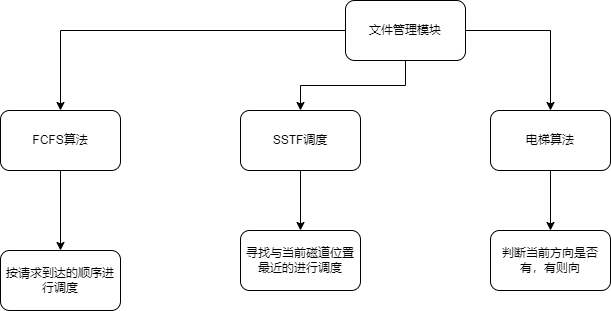
Before: draw.io/文件管理模块.drawio.png, a diagram exported from draw.io (Nessential/draw.io). Source tidied: cells renumbered, new cells last; positions are measured from the earlier drawing's top-left corner, leaving out a move shared by most shapes. The source it was exported from:
```xml
<mxGraphModel>
  <root>
    <mxCell id="0" />
    <mxCell id="1" parent="0" />
    <mxCell id="2" style="edgeStyle=orthogonalEdgeStyle;rounded=0;jettySize=auto;html=1;" parent="1" edge="1" source="5" target="7">
      <mxGeometry relative="1" as="geometry" />
    </mxCell>
    <mxCell id="3" style="edgeStyle=orthogonalEdgeStyle;rounded=0;jettySize=auto;html=1;" parent="1" edge="1" source="5" target="10">
      <mxGeometry relative="1" as="geometry" />
    </mxCell>
    <mxCell id="4" style="edgeStyle=orthogonalEdgeStyle;rounded=0;jettySize=auto;html=1;" parent="1" edge="1" source="5" target="13">
      <mxGeometry relative="1" as="geometry" />
    </mxCell>
    <mxCell id="5" value="文件管理模块" style="rounded=1;whiteSpace=wrap;html=1;" parent="1" vertex="1">
      <mxGeometry x="345" width="120" height="60" as="geometry" />
    </mxCell>
    <mxCell id="6" style="edgeStyle=orthogonalEdgeStyle;rounded=0;jettySize=auto;html=1;" parent="1" edge="1" source="7" target="8">
      <mxGeometry relative="1" as="geometry" />
    </mxCell>
    <mxCell id="7" value="FCFS算法" style="whiteSpace=wrap;html=1;rounded=1;" parent="1" vertex="1">
      <mxGeometry y="110" width="120" height="60" as="geometry" />
    </mxCell>
    <mxCell id="8" value="按请求到达的顺序进行调度" style="whiteSpace=wrap;html=1;rounded=1;" parent="1" vertex="1">
      <mxGeometry y="250" width="120" height="60" as="geometry" />
    </mxCell>
    <mxCell id="9" style="edgeStyle=orthogonalEdgeStyle;rounded=0;jettySize=auto;html=1;" parent="1" edge="1" source="10" target="11">
      <mxGeometry relative="1" as="geometry" />
    </mxCell>
    <mxCell id="10" value="SSTF调度" style="whiteSpace=wrap;html=1;rounded=1;" parent="1" vertex="1">
      <mxGeometry x="240" y="110" width="120" height="60" as="geometry" />
    </mxCell>
    <mxCell id="11" value="寻找与当前磁道位置最近的进行调度" style="whiteSpace=wrap;html=1;rounded=1;" parent="1" vertex="1">
      <mxGeometry x="240" y="230" width="120" height="60" as="geometry" />
    </mxCell>
    <mxCell id="12" style="edgeStyle=orthogonalEdgeStyle;rounded=0;jettySize=auto;html=1;" parent="1" edge="1" source="13" target="14">
      <mxGeometry relative="1" as="geometry" />
    </mxCell>
    <mxCell id="13" value="电梯算法" style="whiteSpace=wrap;html=1;rounded=1;" parent="1" vertex="1">
      <mxGeometry x="490" y="110" width="120" height="60" as="geometry" />
    </mxCell>
    <mxCell id="14" value="判断当前方向是否有，有则向" style="whiteSpace=wrap;html=1;rounded=1;" parent="1" vertex="1">
      <mxGeometry x="490" y="230" width="120" height="60" as="geometry" />
    </mxCell>
  </root>
</mxGraphModel>
```
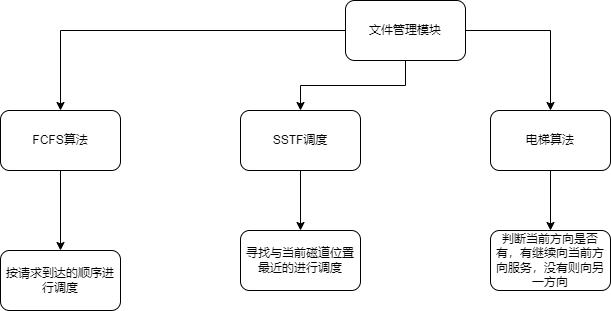
Later version of the same file.

Commit message:
更新文件管理模块.drawio.png

The edit, as a diff of the source:
```diff
@@ -38,7 +38,7 @@
     <mxCell id="13" value="电梯算法" style="whiteSpace=wrap;html=1;rounded=1;" parent="1" vertex="1">
       <mxGeometry x="490" y="110" width="120" height="60" as="geometry" />
     </mxCell>
-    <mxCell id="14" value="判断当前方向是否有，有则向" style="whiteSpace=wrap;html=1;rounded=1;" parent="1" vertex="1">
+    <mxCell id="14" value="判断当前方向是否有，有继续向当前方向服务，没有则向另一方向" style="whiteSpace=wrap;html=1;rounded=1;" parent="1" vertex="1">
       <mxGeometry x="490" y="230" width="120" height="60" as="geometry" />
     </mxCell>
   </root>
```
